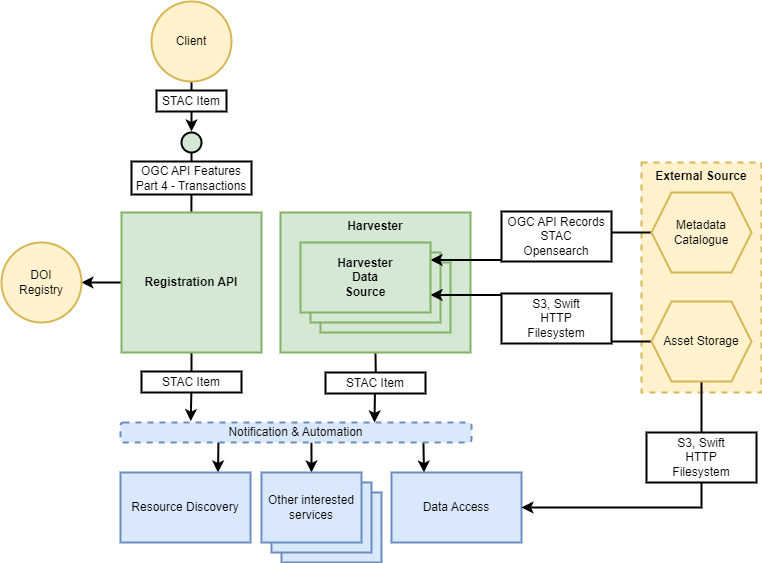
Above: docs/reference-architecture/diagrams/resource-registration.drawio.png in EOEPCA/system-architecture (draw.io), before the change. Source tidied: cells renumbered, new cells last; positions are measured from the earlier drawing's top-left corner, leaving out a move shared by most shapes. The source it was exported from:
```xml
<mxGraphModel>
  <root>
    <mxCell id="0" />
    <mxCell id="1" parent="0" />
    <mxCell id="2" value="&lt;b&gt;Harvester&lt;/b&gt;" style="rounded=0;whiteSpace=wrap;html=1;fillColor=#d5e8d4;strokeColor=#82b366;strokeWidth=2;verticalAlign=top;" parent="1" vertex="1">
      <mxGeometry x="279" y="211" width="190" height="140" as="geometry" />
    </mxCell>
    <mxCell id="3" style="rounded=0;whiteSpace=wrap;html=1;fontStyle=1;strokeWidth=2;fillColor=#d5e8d4;strokeColor=#82b366;" parent="1" vertex="1">
      <mxGeometry x="319" y="261" width="130" height="70" as="geometry" />
    </mxCell>
    <mxCell id="4" style="rounded=0;whiteSpace=wrap;html=1;fontStyle=1;strokeWidth=2;fillColor=#d5e8d4;strokeColor=#82b366;" parent="1" vertex="1">
      <mxGeometry x="309" y="251" width="130" height="70" as="geometry" />
    </mxCell>
    <mxCell id="5" value="&lt;b&gt;External Source&lt;/b&gt;" style="rounded=0;whiteSpace=wrap;html=1;fillColor=#fff2cc;strokeColor=#d6b656;strokeWidth=2;verticalAlign=top;dashed=1;" parent="1" vertex="1">
      <mxGeometry x="640" y="161" width="120" height="230" as="geometry" />
    </mxCell>
    <mxCell id="6" style="rounded=0;whiteSpace=wrap;html=1;fontStyle=1;strokeWidth=2;fillColor=#dae8fc;strokeColor=#6c8ebf;" parent="1" vertex="1">
      <mxGeometry x="280" y="491" width="100" height="70" as="geometry" />
    </mxCell>
    <mxCell id="7" style="rounded=0;whiteSpace=wrap;html=1;fontStyle=1;strokeWidth=2;fillColor=#dae8fc;strokeColor=#6c8ebf;" parent="1" vertex="1">
      <mxGeometry x="270" y="481" width="100" height="70" as="geometry" />
    </mxCell>
    <mxCell id="8" style="edgeStyle=orthogonalEdgeStyle;rounded=0;jettySize=auto;html=1;entryX=1;entryY=0.5;entryDx=0;entryDy=0;strokeWidth=2;" parent="1" edge="1" source="10" target="29">
      <mxGeometry relative="1" as="geometry" />
    </mxCell>
    <mxCell id="9" style="edgeStyle=orthogonalEdgeStyle;rounded=0;jettySize=auto;html=1;exitX=0.5;exitY=1;exitDx=0;exitDy=0;entryX=0.2;entryY=-0.067;entryDx=0;entryDy=0;entryPerimeter=0;strokeWidth=2;" parent="1" edge="1" source="10" target="34">
      <mxGeometry relative="1" as="geometry" />
    </mxCell>
    <mxCell id="10" value="&lt;b&gt;Registration API&lt;/b&gt;" style="rounded=0;whiteSpace=wrap;html=1;fillColor=#d5e8d4;strokeColor=#82b366;strokeWidth=2;" parent="1" vertex="1">
      <mxGeometry x="120" y="211" width="140" height="140" as="geometry" />
    </mxCell>
    <mxCell id="11" style="edgeStyle=orthogonalEdgeStyle;rounded=0;jettySize=auto;html=1;entryX=0.019;entryY=0;entryDx=0;entryDy=0;entryPerimeter=0;endArrow=none;endFill=0;strokeWidth=2;" parent="1" edge="1" source="12">
      <mxGeometry relative="1" as="geometry">
        <mxPoint x="189.9" y="210" as="targetPoint" />
      </mxGeometry>
    </mxCell>
    <mxCell id="12" style="ellipse;whiteSpace=wrap;html=1;strokeWidth=2;fillColor=#d5e8d4;strokeColor=#000000;" parent="1" vertex="1">
      <mxGeometry x="180" y="131" width="20" height="20" as="geometry" />
    </mxCell>
    <mxCell id="13" value="OGC API Features&lt;br&gt;Part 4 - Transactions" style="rounded=0;whiteSpace=wrap;html=1;strokeWidth=2;" parent="1" vertex="1">
      <mxGeometry x="130" y="160" width="120" height="33" as="geometry" />
    </mxCell>
    <mxCell id="14" style="rounded=0;jettySize=auto;html=1;exitX=0.5;exitY=1;exitDx=0;exitDy=0;strokeWidth=2;" parent="1" edge="1" source="15">
      <mxGeometry relative="1" as="geometry">
        <mxPoint x="190" y="130" as="targetPoint" />
      </mxGeometry>
    </mxCell>
    <mxCell id="15" value="Client" style="ellipse;whiteSpace=wrap;html=1;strokeWidth=2;fillColor=#fff2cc;strokeColor=#d6b656;" parent="1" vertex="1">
      <mxGeometry x="150" width="80" height="80" as="geometry" />
    </mxCell>
    <mxCell id="16" value="STAC Item" style="rounded=0;whiteSpace=wrap;html=1;strokeWidth=2;" parent="1" vertex="1">
      <mxGeometry x="155" y="89" width="70" height="21" as="geometry" />
    </mxCell>
    <mxCell id="17" style="edgeStyle=orthogonalEdgeStyle;rounded=0;jettySize=auto;html=1;exitX=0.75;exitY=0;exitDx=0;exitDy=0;entryX=0.279;entryY=0.9;entryDx=0;entryDy=0;entryPerimeter=0;strokeWidth=2;startArrow=classic;startFill=1;endArrow=none;endFill=0;" parent="1" edge="1" source="18" target="34">
      <mxGeometry relative="1" as="geometry" />
    </mxCell>
    <mxCell id="18" value="&lt;span style=&quot;font-weight: normal;&quot;&gt;Resource Discovery&lt;/span&gt;" style="rounded=0;whiteSpace=wrap;html=1;fontStyle=1;strokeWidth=2;fillColor=#dae8fc;strokeColor=#6c8ebf;" parent="1" vertex="1">
      <mxGeometry x="119" y="471" width="130" height="70" as="geometry" />
    </mxCell>
    <mxCell id="19" style="edgeStyle=orthogonalEdgeStyle;rounded=0;jettySize=auto;html=1;exitX=0.25;exitY=0;exitDx=0;exitDy=0;entryX=0.863;entryY=0.95;entryDx=0;entryDy=0;entryPerimeter=0;strokeWidth=2;startArrow=classic;startFill=1;endArrow=none;endFill=0;" parent="1" edge="1" source="20" target="34">
      <mxGeometry relative="1" as="geometry" />
    </mxCell>
    <mxCell id="20" value="&lt;span style=&quot;font-weight: normal;&quot;&gt;Data Access&lt;/span&gt;" style="rounded=0;whiteSpace=wrap;html=1;fontStyle=1;strokeWidth=2;fillColor=#dae8fc;strokeColor=#6c8ebf;" parent="1" vertex="1">
      <mxGeometry x="390" y="471" width="130" height="70" as="geometry" />
    </mxCell>
    <mxCell id="21" style="edgeStyle=orthogonalEdgeStyle;rounded=0;jettySize=auto;html=1;exitX=0.5;exitY=0;exitDx=0;exitDy=0;entryX=0.544;entryY=1;entryDx=0;entryDy=0;entryPerimeter=0;startArrow=classic;startFill=1;endArrow=none;endFill=0;strokeWidth=2;" parent="1" edge="1" source="22" target="34">
      <mxGeometry relative="1" as="geometry" />
    </mxCell>
    <mxCell id="22" value="&lt;span style=&quot;font-weight: normal;&quot;&gt;Other interested services&lt;/span&gt;" style="rounded=0;whiteSpace=wrap;html=1;fontStyle=1;strokeWidth=2;fillColor=#dae8fc;strokeColor=#6c8ebf;" parent="1" vertex="1">
      <mxGeometry x="260" y="471" width="100" height="70" as="geometry" />
    </mxCell>
    <mxCell id="23" value="STAC Item" style="rounded=0;whiteSpace=wrap;html=1;strokeWidth=2;" parent="1" vertex="1">
      <mxGeometry x="140" y="370" width="100" height="21" as="geometry" />
    </mxCell>
    <mxCell id="24" style="edgeStyle=orthogonalEdgeStyle;rounded=0;jettySize=auto;html=1;entryX=1;entryY=0.5;entryDx=0;entryDy=0;exitX=0.5;exitY=1;exitDx=0;exitDy=0;strokeWidth=2;" parent="1" edge="1" source="26" target="20">
      <mxGeometry relative="1" as="geometry" />
    </mxCell>
    <mxCell id="25" style="edgeStyle=orthogonalEdgeStyle;rounded=0;jettySize=auto;html=1;exitX=0;exitY=0.5;exitDx=0;exitDy=0;entryX=1;entryY=0.75;entryDx=0;entryDy=0;strokeWidth=2;" parent="1" edge="1" source="26" target="33">
      <mxGeometry relative="1" as="geometry" />
    </mxCell>
    <mxCell id="26" value="Asset Storage" style="shape=hexagon;perimeter=hexagonPerimeter2;whiteSpace=wrap;html=1;fixedSize=1;strokeWidth=2;fillColor=#fff2cc;strokeColor=#d6b656;" parent="1" vertex="1">
      <mxGeometry x="650" y="300" width="100" height="80" as="geometry" />
    </mxCell>
    <mxCell id="27" value="S3, Swift&lt;br&gt;HTTP&lt;br&gt;Filesystem" style="rounded=0;whiteSpace=wrap;html=1;strokeWidth=2;" parent="1" vertex="1">
      <mxGeometry x="500" y="292" width="110" height="50" as="geometry" />
    </mxCell>
    <mxCell id="28" value="S3, Swift&lt;br&gt;HTTP&lt;br&gt;Filesystem" style="rounded=0;whiteSpace=wrap;html=1;strokeWidth=2;" parent="1" vertex="1">
      <mxGeometry x="645" y="431" width="110" height="50" as="geometry" />
    </mxCell>
    <mxCell id="29" value="DOI&lt;br&gt;Registry" style="ellipse;whiteSpace=wrap;html=1;strokeWidth=2;fillColor=#fff2cc;strokeColor=#d6b656;" parent="1" vertex="1">
      <mxGeometry y="241" width="80" height="80" as="geometry" />
    </mxCell>
    <mxCell id="30" style="edgeStyle=orthogonalEdgeStyle;rounded=0;jettySize=auto;html=1;exitX=0;exitY=0.5;exitDx=0;exitDy=0;entryX=1;entryY=0.25;entryDx=0;entryDy=0;strokeWidth=2;" parent="1" edge="1" source="31" target="33">
      <mxGeometry relative="1" as="geometry" />
    </mxCell>
    <mxCell id="31" value="Metadata Catalogue" style="shape=hexagon;perimeter=hexagonPerimeter2;whiteSpace=wrap;html=1;fixedSize=1;strokeWidth=2;fillColor=#fff2cc;strokeColor=#d6b656;" parent="1" vertex="1">
      <mxGeometry x="650" y="191" width="100" height="80" as="geometry" />
    </mxCell>
    <mxCell id="32" value="OGC API Records&lt;br&gt;STAC&lt;br&gt;Opensearch" style="rounded=0;whiteSpace=wrap;html=1;strokeWidth=2;" parent="1" vertex="1">
      <mxGeometry x="500" y="210" width="110" height="50" as="geometry" />
    </mxCell>
    <mxCell id="33" value="&lt;b style=&quot;border-color: var(--border-color);&quot;&gt;Harvester&lt;br style=&quot;border-color: var(--border-color);&quot;&gt;Data&lt;br style=&quot;border-color: var(--border-color);&quot;&gt;Source&lt;/b&gt;" style="rounded=0;whiteSpace=wrap;html=1;fontStyle=1;strokeWidth=2;fillColor=#d5e8d4;strokeColor=#82b366;" parent="1" vertex="1">
      <mxGeometry x="299" y="241" width="130" height="70" as="geometry" />
    </mxCell>
    <mxCell id="34" value="Notification &amp;amp; Automation" style="rounded=1;whiteSpace=wrap;html=1;dashed=1;strokeWidth=2;fillColor=#dae8fc;strokeColor=#6c8ebf;" parent="1" vertex="1">
      <mxGeometry x="119" y="421" width="351" height="20" as="geometry" />
    </mxCell>
    <mxCell id="35" style="edgeStyle=orthogonalEdgeStyle;rounded=0;orthogonalLoop=1;jettySize=auto;html=1;exitX=0.5;exitY=1;exitDx=0;exitDy=0;entryX=0.2;entryY=-0.067;entryDx=0;entryDy=0;entryPerimeter=0;strokeWidth=2;" parent="1" edge="1">
      <mxGeometry relative="1" as="geometry">
        <mxPoint x="374" y="352" as="sourcePoint" />
        <mxPoint x="373" y="421" as="targetPoint" />
      </mxGeometry>
    </mxCell>
    <mxCell id="36" value="STAC Item" style="rounded=0;whiteSpace=wrap;html=1;strokeWidth=2;" parent="1" vertex="1">
      <mxGeometry x="324" y="371" width="100" height="21" as="geometry" />
    </mxCell>
  </root>
</mxGraphModel>
```
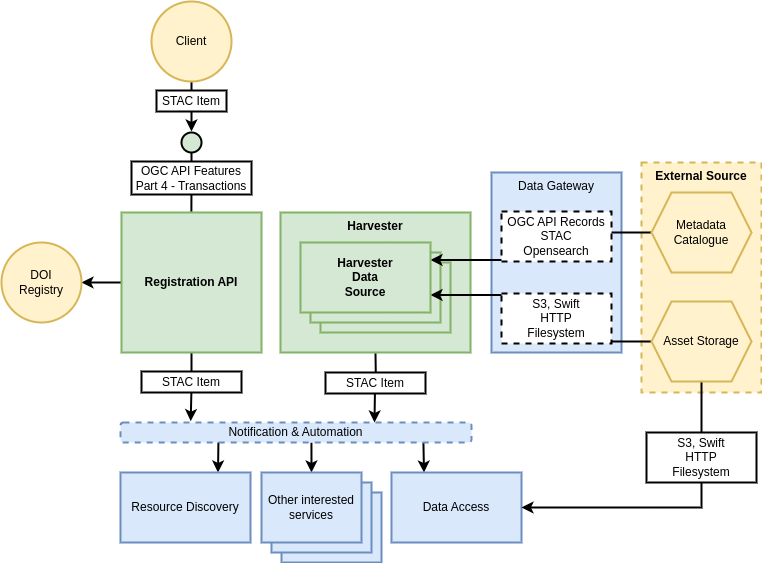
After the change.

Commit message:
Add Data Gateway to harvester design

Diff of the diagram source:
```diff
@@ -2,6 +2,9 @@
   <root>
     <mxCell id="0" />
     <mxCell id="1" parent="0" />
+    <mxCell id="37" value="&lt;span style=&quot;font-weight: normal;&quot;&gt;Data Gateway&lt;/span&gt;" style="rounded=0;whiteSpace=wrap;html=1;fontStyle=1;strokeWidth=2;fillColor=#dae8fc;strokeColor=#6c8ebf;verticalAlign=top;" parent="1" vertex="1">
+      <mxGeometry x="490" y="171" width="130" height="180" as="geometry" />
+    </mxCell>
     <mxCell id="2" value="&lt;b&gt;Harvester&lt;/b&gt;" style="rounded=0;whiteSpace=wrap;html=1;fillColor=#d5e8d4;strokeColor=#82b366;strokeWidth=2;verticalAlign=top;" parent="1" vertex="1">
       <mxGeometry x="279" y="211" width="190" height="140" as="geometry" />
     </mxCell>
@@ -81,7 +84,7 @@
     <mxCell id="26" value="Asset Storage" style="shape=hexagon;perimeter=hexagonPerimeter2;whiteSpace=wrap;html=1;fixedSize=1;strokeWidth=2;fillColor=#fff2cc;strokeColor=#d6b656;" parent="1" vertex="1">
       <mxGeometry x="650" y="300" width="100" height="80" as="geometry" />
     </mxCell>
-    <mxCell id="27" value="S3, Swift&lt;br&gt;HTTP&lt;br&gt;Filesystem" style="rounded=0;whiteSpace=wrap;html=1;strokeWidth=2;" parent="1" vertex="1">
+    <mxCell id="27" value="S3, Swift&lt;br&gt;HTTP&lt;br&gt;Filesystem" style="rounded=0;whiteSpace=wrap;html=1;strokeWidth=2;dashed=1;" parent="1" vertex="1">
       <mxGeometry x="500" y="292" width="110" height="50" as="geometry" />
     </mxCell>
     <mxCell id="28" value="S3, Swift&lt;br&gt;HTTP&lt;br&gt;Filesystem" style="rounded=0;whiteSpace=wrap;html=1;strokeWidth=2;" parent="1" vertex="1">
@@ -96,7 +99,7 @@
     <mxCell id="31" value="Metadata Catalogue" style="shape=hexagon;perimeter=hexagonPerimeter2;whiteSpace=wrap;html=1;fixedSize=1;strokeWidth=2;fillColor=#fff2cc;strokeColor=#d6b656;" parent="1" vertex="1">
       <mxGeometry x="650" y="191" width="100" height="80" as="geometry" />
     </mxCell>
-    <mxCell id="32" value="OGC API Records&lt;br&gt;STAC&lt;br&gt;Opensearch" style="rounded=0;whiteSpace=wrap;html=1;strokeWidth=2;" parent="1" vertex="1">
+    <mxCell id="32" value="OGC API Records&lt;br&gt;STAC&lt;br&gt;Opensearch" style="rounded=0;whiteSpace=wrap;html=1;strokeWidth=2;dashed=1;" parent="1" vertex="1">
       <mxGeometry x="500" y="210" width="110" height="50" as="geometry" />
     </mxCell>
     <mxCell id="33" value="&lt;b style=&quot;border-color: var(--border-color);&quot;&gt;Harvester&lt;br style=&quot;border-color: var(--border-color);&quot;&gt;Data&lt;br style=&quot;border-color: var(--border-color);&quot;&gt;Source&lt;/b&gt;" style="rounded=0;whiteSpace=wrap;html=1;fontStyle=1;strokeWidth=2;fillColor=#d5e8d4;strokeColor=#82b366;" parent="1" vertex="1">
```
